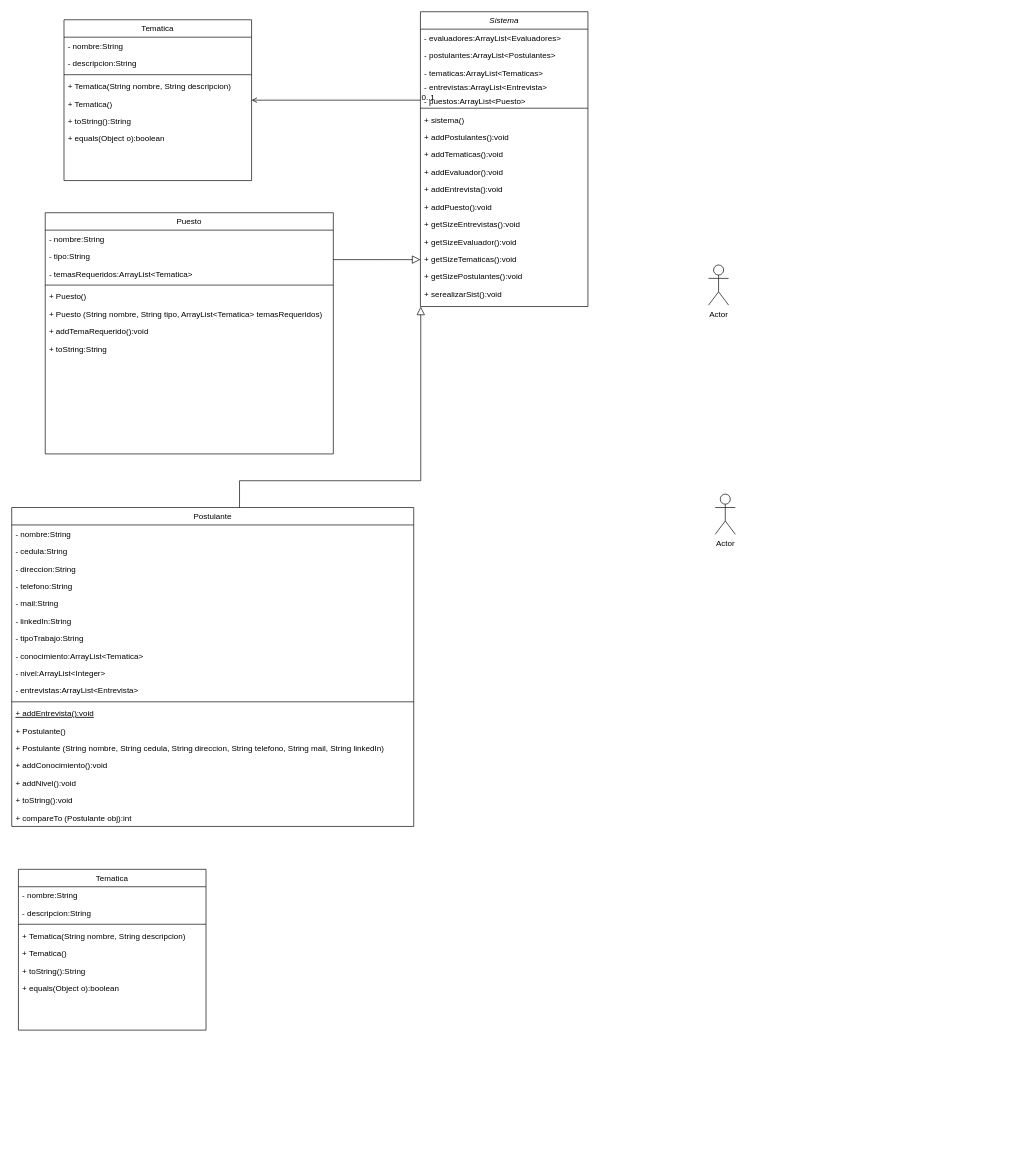
This is src/dominio/Diagrama sin título.drawio from MatiProtocol/SegundoOblig-P2, a draw.io file, before an edit. Source tidied: cells renumbered, new cells numbered last; positions are measured from the earlier drawing's top-left corner, leaving out a move shared by most shapes. Both pictures are drawn from the tidied source at 67%, with x=0, y=0 at pixel (11, 11).
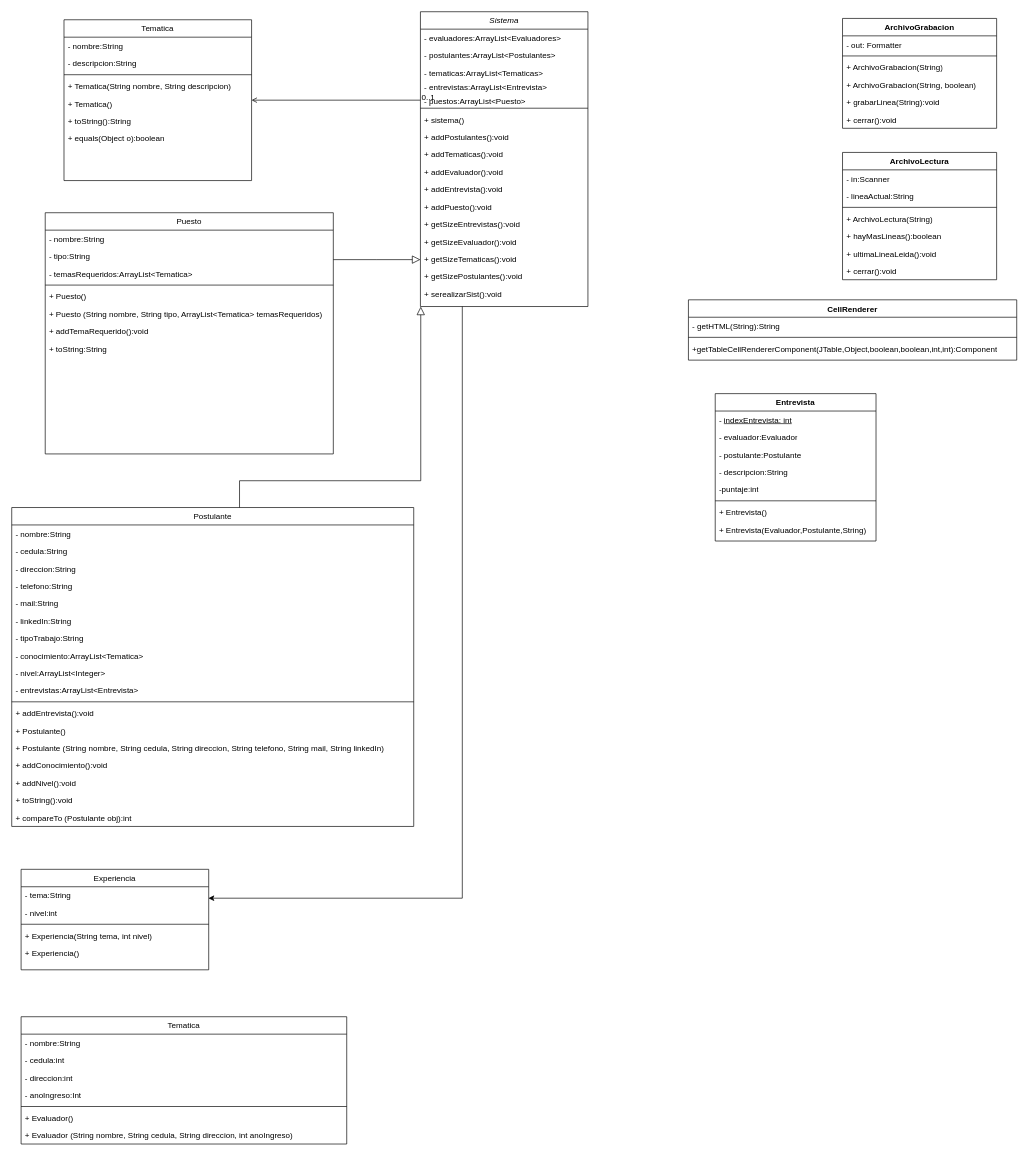
The same diagram, later.

Unchanged cells that the change refers to:
```xml
<mxCell id="2" value="Sistema&#10;" style="swimlane;fontStyle=2;align=center;verticalAlign=top;horizontal=1;startSize=26;rounded=0;shadow=0;strokeWidth=1;" parent="1" vertex="1">
  <mxGeometry x="610" width="250" height="440" as="geometry" />
</mxCell>
<mxCell id="20" value="Postulante" style="swimlane;fontStyle=0;align=center;verticalAlign=top;horizontal=1;startSize=26;rounded=0;shadow=0;strokeWidth=1;" parent="1" vertex="1">
  <mxGeometry y="740" width="600" height="476" as="geometry" />
</mxCell>
```

Change to the diagram source:
```diff
@@
-    <mxCell id="32" value="+ addEntrevista():void" style="text;align=left;verticalAlign=top;spacingLeft=4;spacingRight=4;overflow=hidden;fontStyle=4;" parent="20" vertex="1">
+    <mxCell id="32" value="+ addEntrevista():void" style="text;align=left;verticalAlign=top;spacingLeft=4;spacingRight=4;overflow=hidden;fontStyle=0;" parent="20" vertex="1">
       <mxGeometry y="294" width="600" height="26" as="geometry" />
     </mxCell>
@@
-    <mxCell id="60" value="Actor" style="shape=umlActor;verticalLabelPosition=bottom;verticalAlign=top;html=1;" parent="1" vertex="1">
-      <mxGeometry x="1040" y="378" width="30" height="60" as="geometry" />
-    </mxCell>
-    <mxCell id="61" value="Tematica" style="swimlane;fontStyle=0;align=center;verticalAlign=top;horizontal=1;startSize=26;rounded=0;shadow=0;strokeWidth=1;" parent="1" vertex="1">
-      <mxGeometry x="10" y="1280" width="280" height="240" as="geometry" />
+    <mxCell id="61" value="Experiencia" style="swimlane;fontStyle=0;align=center;verticalAlign=top;horizontal=1;startSize=26;rounded=0;shadow=0;strokeWidth=1;" parent="1" vertex="1">
+      <mxGeometry x="14" y="1280" width="280" height="150" as="geometry" />
     </mxCell>
-    <mxCell id="62" value="- nombre:String" style="text;align=left;verticalAlign=top;spacingLeft=4;spacingRight=4;overflow=hidden;" parent="61" vertex="1">
+    <mxCell id="62" value="- tema:String" style="text;align=left;verticalAlign=top;spacingLeft=4;spacingRight=4;overflow=hidden;" parent="61" vertex="1">
       <mxGeometry y="26" width="280" height="26" as="geometry" />
     </mxCell>
-    <mxCell id="63" value="- descripcion:String" style="text;align=left;verticalAlign=top;spacingLeft=4;spacingRight=4;overflow=hidden;rounded=0;shadow=0;html=0;" parent="61" vertex="1">
-      <mxGeometry y="52" width="280" height="26" as="geometry" />
-    </mxCell>
+    <mxCell id="70" value="- nivel:int" style="text;align=left;verticalAlign=top;spacingLeft=4;spacingRight=4;overflow=hidden;" parent="61" vertex="1">
+      <mxGeometry y="52" width="280" height="26" as="geometry" />
+    </mxCell>
@@
-    <mxCell id="65" value="+ Tematica(String nombre, String descripcion) " style="text;align=left;verticalAlign=top;spacingLeft=4;spacingRight=4;overflow=hidden;" parent="61" vertex="1">
+    <mxCell id="65" value="+ Experiencia(String tema, int nivel)  " style="text;align=left;verticalAlign=top;spacingLeft=4;spacingRight=4;overflow=hidden;" parent="61" vertex="1">
       <mxGeometry y="86" width="280" height="26" as="geometry" />
     </mxCell>
-    <mxCell id="66" value="+ Tematica()&#10;" style="text;align=left;verticalAlign=top;spacingLeft=4;spacingRight=4;overflow=hidden;" parent="61" vertex="1">
+    <mxCell id="66" value="+ Experiencia()" style="text;align=left;verticalAlign=top;spacingLeft=4;spacingRight=4;overflow=hidden;" parent="61" vertex="1">
       <mxGeometry y="112" width="280" height="26" as="geometry" />
     </mxCell>
-    <mxCell id="67" value="+ toString():String" style="text;align=left;verticalAlign=top;spacingLeft=4;spacingRight=4;overflow=hidden;" parent="61" vertex="1">
-      <mxGeometry y="138" width="280" height="26" as="geometry" />
-    </mxCell>
-    <mxCell id="68" value="+ equals(Object o):boolean" style="text;align=left;verticalAlign=top;spacingLeft=4;spacingRight=4;overflow=hidden;" parent="61" vertex="1">
-      <mxGeometry y="164" width="280" height="26" as="geometry" />
-    </mxCell>
-    <mxCell id="69" value="Actor" style="shape=umlActor;verticalLabelPosition=bottom;verticalAlign=top;html=1;" parent="1" vertex="1">
-      <mxGeometry x="1050" y="720" width="30" height="60" as="geometry" />
-    </mxCell>
+    <mxCell id="71" value="ArchivoGrabacion" style="swimlane;fontStyle=1;align=center;verticalAlign=top;horizontal=1;startSize=26;whiteSpace=wrap;html=1;" parent="1" vertex="1">
+      <mxGeometry x="1240" y="10" width="230" height="164" as="geometry" />
+    </mxCell>
+    <mxCell id="72" value="- out: Formatter" style="text;strokeColor=none;fillColor=none;align=left;verticalAlign=top;spacingLeft=4;spacingRight=4;overflow=hidden;whiteSpace=wrap;html=1;" parent="71" vertex="1">
+      <mxGeometry y="26" width="230" height="26" as="geometry" />
+    </mxCell>
+    <mxCell id="73" style="line;strokeWidth=1;fillColor=none;align=left;verticalAlign=middle;spacingTop=-1;spacingLeft=3;spacingRight=3;labelPosition=right;strokeColor=inherit;" parent="71" vertex="1">
+      <mxGeometry y="52" width="230" height="8" as="geometry" />
+    </mxCell>
+    <mxCell id="74" value="&lt;div&gt;+ ArchivoGrabacion(String)&lt;/div&gt;&lt;div&gt;&lt;br&gt;&lt;/div&gt;" style="text;strokeColor=none;fillColor=none;align=left;verticalAlign=top;spacingLeft=4;spacingRight=4;overflow=hidden;whiteSpace=wrap;html=1;" parent="71" vertex="1">
+      <mxGeometry y="60" width="230" height="26" as="geometry" />
+    </mxCell>
+    <mxCell id="75" value="&lt;div&gt;+ ArchivoGrabacion(String, boolean)&lt;/div&gt;&lt;div&gt;&lt;br&gt;&lt;/div&gt;" style="text;strokeColor=none;fillColor=none;align=left;verticalAlign=top;spacingLeft=4;spacingRight=4;overflow=hidden;whiteSpace=wrap;html=1;" parent="71" vertex="1">
+      <mxGeometry y="86" width="230" height="26" as="geometry" />
+    </mxCell>
+    <mxCell id="76" value="&lt;div&gt;+ grabarLinea(String):void&lt;/div&gt;&lt;div&gt;&lt;br&gt;&lt;/div&gt;" style="text;strokeColor=none;fillColor=none;align=left;verticalAlign=top;spacingLeft=4;spacingRight=4;overflow=hidden;whiteSpace=wrap;html=1;" parent="71" vertex="1">
+      <mxGeometry y="112" width="230" height="26" as="geometry" />
+    </mxCell>
+    <mxCell id="77" value="&lt;div&gt;+ cerrar():void&lt;/div&gt;&lt;div&gt;&lt;br&gt;&lt;/div&gt;" style="text;strokeColor=none;fillColor=none;align=left;verticalAlign=top;spacingLeft=4;spacingRight=4;overflow=hidden;whiteSpace=wrap;html=1;" parent="71" vertex="1">
+      <mxGeometry y="138" width="230" height="26" as="geometry" />
+    </mxCell>
+    <mxCell id="78" style="edgeStyle=orthogonalEdgeStyle;rounded=0;jettySize=auto;html=1;exitX=0.25;exitY=1;exitDx=0;exitDy=0;entryX=1.013;entryY=-0.342;entryDx=0;entryDy=0;entryPerimeter=0;" parent="1" edge="1" source="2">
+      <mxGeometry relative="1" as="geometry">
+        <mxPoint x="293.6" y="1323.1" as="targetPoint" />
+        <Array as="points">
+          <mxPoint x="672" y="1323" />
+        </Array>
+      </mxGeometry>
+    </mxCell>
+    <mxCell id="79" value="ArchivoLectura" style="swimlane;fontStyle=1;align=center;verticalAlign=top;horizontal=1;startSize=26;whiteSpace=wrap;html=1;" parent="1" vertex="1">
+      <mxGeometry x="1240" y="210" width="230" height="190" as="geometry" />
+    </mxCell>
+    <mxCell id="80" value="- in:Scanner " style="text;strokeColor=none;fillColor=none;align=left;verticalAlign=top;spacingLeft=4;spacingRight=4;overflow=hidden;whiteSpace=wrap;html=1;" parent="79" vertex="1">
+      <mxGeometry y="26" width="230" height="26" as="geometry" />
+    </mxCell>
+    <mxCell id="81" value="- lineaActual:String " style="text;strokeColor=none;fillColor=none;align=left;verticalAlign=top;spacingLeft=4;spacingRight=4;overflow=hidden;whiteSpace=wrap;html=1;" parent="79" vertex="1">
+      <mxGeometry y="52" width="230" height="26" as="geometry" />
+    </mxCell>
+    <mxCell id="82" style="line;strokeWidth=1;fillColor=none;align=left;verticalAlign=middle;spacingTop=-1;spacingLeft=3;spacingRight=3;labelPosition=right;strokeColor=inherit;" parent="79" vertex="1">
+      <mxGeometry y="78" width="230" height="8" as="geometry" />
+    </mxCell>
+    <mxCell id="83" value="&lt;div&gt;+ ArchivoLectura(String)&lt;/div&gt;&lt;div&gt;&lt;br&gt;&lt;/div&gt;" style="text;strokeColor=none;fillColor=none;align=left;verticalAlign=top;spacingLeft=4;spacingRight=4;overflow=hidden;whiteSpace=wrap;html=1;" parent="79" vertex="1">
+      <mxGeometry y="86" width="230" height="26" as="geometry" />
+    </mxCell>
+    <mxCell id="84" value="&lt;div&gt;+ hayMasLineas():boolean&lt;/div&gt;&lt;div&gt;&lt;br&gt;&lt;/div&gt;" style="text;strokeColor=none;fillColor=none;align=left;verticalAlign=top;spacingLeft=4;spacingRight=4;overflow=hidden;whiteSpace=wrap;html=1;" parent="79" vertex="1">
+      <mxGeometry y="112" width="230" height="26" as="geometry" />
+    </mxCell>
+    <mxCell id="85" value="&lt;div&gt;+ ultimaLineaLeida():void&lt;/div&gt;&lt;div&gt;&lt;br&gt;&lt;/div&gt;" style="text;strokeColor=none;fillColor=none;align=left;verticalAlign=top;spacingLeft=4;spacingRight=4;overflow=hidden;whiteSpace=wrap;html=1;" parent="79" vertex="1">
+      <mxGeometry y="138" width="230" height="26" as="geometry" />
+    </mxCell>
+    <mxCell id="86" value="&lt;div&gt;+ cerrar():void&lt;/div&gt;&lt;div&gt;&lt;br&gt;&lt;/div&gt;" style="text;strokeColor=none;fillColor=none;align=left;verticalAlign=top;spacingLeft=4;spacingRight=4;overflow=hidden;whiteSpace=wrap;html=1;" parent="79" vertex="1">
+      <mxGeometry y="164" width="230" height="26" as="geometry" />
+    </mxCell>
+    <mxCell id="87" value="Tematica" style="swimlane;fontStyle=0;align=center;verticalAlign=top;horizontal=1;startSize=26;rounded=0;shadow=0;strokeWidth=1;" parent="1" vertex="1">
+      <mxGeometry x="14" y="1500" width="486" height="190" as="geometry" />
+    </mxCell>
+    <mxCell id="88" value="- nombre:String" style="text;align=left;verticalAlign=top;spacingLeft=4;spacingRight=4;overflow=hidden;" parent="87" vertex="1">
+      <mxGeometry y="26" width="486" height="26" as="geometry" />
+    </mxCell>
+    <mxCell id="89" value="- cedula:int" style="text;align=left;verticalAlign=top;spacingLeft=4;spacingRight=4;overflow=hidden;" parent="87" vertex="1">
+      <mxGeometry y="52" width="486" height="26" as="geometry" />
+    </mxCell>
+    <mxCell id="90" value="- direccion:int" style="text;align=left;verticalAlign=top;spacingLeft=4;spacingRight=4;overflow=hidden;" parent="87" vertex="1">
+      <mxGeometry y="78" width="486" height="26" as="geometry" />
+    </mxCell>
+    <mxCell id="91" value="- anoIngreso:Int" style="text;align=left;verticalAlign=top;spacingLeft=4;spacingRight=4;overflow=hidden;" parent="87" vertex="1">
+      <mxGeometry y="104" width="486" height="26" as="geometry" />
+    </mxCell>
+    <mxCell id="92" style="line;html=1;strokeWidth=1;align=left;verticalAlign=middle;spacingTop=-1;spacingLeft=3;spacingRight=3;labelPosition=right;" parent="87" vertex="1">
+      <mxGeometry y="130" width="486" height="8" as="geometry" />
+    </mxCell>
+    <mxCell id="93" value="+ Evaluador()" style="text;align=left;verticalAlign=top;spacingLeft=4;spacingRight=4;overflow=hidden;" parent="87" vertex="1">
+      <mxGeometry y="138" width="486" height="26" as="geometry" />
+    </mxCell>
+    <mxCell id="94" value="+ Evaluador (String nombre, String cedula, String direccion, int anoIngreso)" style="text;align=left;verticalAlign=top;spacingLeft=4;spacingRight=4;overflow=hidden;" parent="87" vertex="1">
+      <mxGeometry y="164" width="486" height="26" as="geometry" />
+    </mxCell>
+    <mxCell id="95" value="CellRenderer" style="swimlane;fontStyle=1;align=center;verticalAlign=top;horizontal=1;startSize=26;whiteSpace=wrap;html=1;" parent="1" vertex="1">
+      <mxGeometry x="1010" y="430" width="490" height="90" as="geometry" />
+    </mxCell>
+    <mxCell id="96" value="- getHTML(String):String " style="text;strokeColor=none;fillColor=none;align=left;verticalAlign=top;spacingLeft=4;spacingRight=4;overflow=hidden;whiteSpace=wrap;html=1;" parent="95" vertex="1">
+      <mxGeometry y="26" width="490" height="26" as="geometry" />
+    </mxCell>
+    <mxCell id="97" style="line;strokeWidth=1;fillColor=none;align=left;verticalAlign=middle;spacingTop=-1;spacingLeft=3;spacingRight=3;labelPosition=right;strokeColor=inherit;" parent="95" vertex="1">
+      <mxGeometry y="52" width="490" height="8" as="geometry" />
+    </mxCell>
+    <mxCell id="98" value="&lt;div&gt;+getTableCellRendererComponent(JTable,Object,boolean,boolean,int,int):Component&lt;/div&gt;&lt;div&gt;&lt;br&gt;&lt;/div&gt;" style="text;strokeColor=none;fillColor=none;align=left;verticalAlign=top;spacingLeft=4;spacingRight=4;overflow=hidden;whiteSpace=wrap;html=1;" parent="95" vertex="1">
+      <mxGeometry y="60" width="490" height="30" as="geometry" />
+    </mxCell>
+    <mxCell id="99" value="Entrevista" style="swimlane;fontStyle=1;align=center;verticalAlign=top;horizontal=1;startSize=26;whiteSpace=wrap;html=1;" parent="1" vertex="1">
+      <mxGeometry x="1050" y="570" width="240" height="220" as="geometry" />
+    </mxCell>
+    <mxCell id="100" value="- &lt;u&gt;indexEntrevista: int&lt;/u&gt;" style="text;strokeColor=none;fillColor=none;align=left;verticalAlign=top;spacingLeft=4;spacingRight=4;overflow=hidden;whiteSpace=wrap;html=1;" parent="99" vertex="1">
+      <mxGeometry y="26" width="240" height="26" as="geometry" />
+    </mxCell>
+    <mxCell id="101" value="- evaluador:Evaluador" style="text;strokeColor=none;fillColor=none;align=left;verticalAlign=top;spacingLeft=4;spacingRight=4;overflow=hidden;whiteSpace=wrap;html=1;" parent="99" vertex="1">
+      <mxGeometry y="52" width="240" height="26" as="geometry" />
+    </mxCell>
+    <mxCell id="102" value="- postulante:Postulante" style="text;strokeColor=none;fillColor=none;align=left;verticalAlign=top;spacingLeft=4;spacingRight=4;overflow=hidden;whiteSpace=wrap;html=1;" parent="99" vertex="1">
+      <mxGeometry y="78" width="240" height="26" as="geometry" />
+    </mxCell>
+    <mxCell id="63" value="- descripcion:String" style="text;strokeColor=none;fillColor=none;align=left;verticalAlign=top;spacingLeft=4;spacingRight=4;overflow=hidden;whiteSpace=wrap;html=1;" parent="99" vertex="1">
+      <mxGeometry y="104" width="240" height="26" as="geometry" />
+    </mxCell>
+    <mxCell id="103" value="-puntaje:int" style="text;strokeColor=none;fillColor=none;align=left;verticalAlign=top;spacingLeft=4;spacingRight=4;overflow=hidden;whiteSpace=wrap;html=1;" parent="99" vertex="1">
+      <mxGeometry y="130" width="240" height="26" as="geometry" />
+    </mxCell>
+    <mxCell id="104" style="line;strokeWidth=1;fillColor=none;align=left;verticalAlign=middle;spacingTop=-1;spacingLeft=3;spacingRight=3;labelPosition=right;strokeColor=inherit;" parent="99" vertex="1">
+      <mxGeometry y="156" width="240" height="8" as="geometry" />
+    </mxCell>
+    <mxCell id="105" value="+ Entrevista()" style="text;strokeColor=none;fillColor=none;align=left;verticalAlign=top;spacingLeft=4;spacingRight=4;overflow=hidden;whiteSpace=wrap;html=1;" parent="99" vertex="1">
+      <mxGeometry y="164" width="240" height="26" as="geometry" />
+    </mxCell>
+    <mxCell id="106" value="+ Entrevista(Evaluador,Postulante,String)" style="text;strokeColor=none;fillColor=none;align=left;verticalAlign=top;spacingLeft=4;spacingRight=4;overflow=hidden;whiteSpace=wrap;html=1;" parent="99" vertex="1">
+      <mxGeometry y="190" width="240" height="30" as="geometry" />
+    </mxCell>
```
